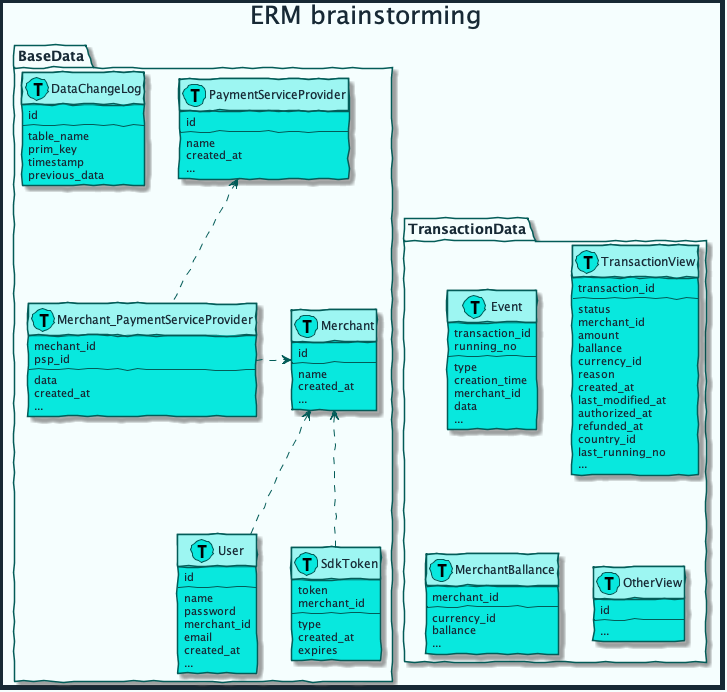
Before: diagrams/out/erm.png, a diagram exported from PlantUML (mobilabsolutions/stash-sdk-wiki).
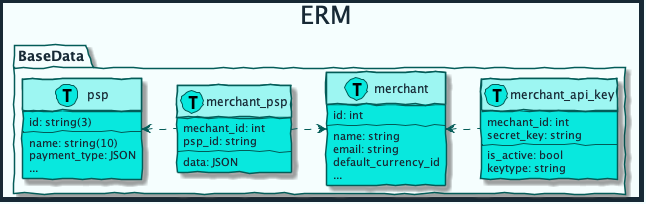
The same diagram one commit later.

Diff of the diagram source:
```diff
@@ -45,117 +45,47 @@
 skinparam TitleFontName Raleway
 skinparam TitleFontSize 25
 
-title ERM brainstorming
+title ERM
 
 package BaseData {
-
-    class User << (T, #08E8DE) >> {
-        id
+    class psp << (T, #08E8DE) >>{
+        id: string(3)
         --
-        name
-        password
-        merchant_id
-        email
-        created_at
+        name: string(10)
+        payment_type: JSON
         ...
     }
 
-    class Merchant << (T, #08E8DE) >>{
-        id
+    class merchant << (T, #08E8DE) >>{
+        id: int
         --
-        name
-        created_at
+        name: string
+        email: string
+        default_currency_id
         ...
     }
 
-    class Merchant_PaymentServiceProvider << (T, #08E8DE) >>{
-        mechant_id
-        psp_id
+    class merchant_api_key << (T, #08E8DE) >>{
+        mechant_id: int
+        secret_key: string
         --
-        data
-        created_at
-        ...
+        is_active: bool
+        keytype: string
     }
 
-    class PaymentServiceProvider << (T, #08E8DE) >>{
-        id
+    class merchant_psp << (T, #08E8DE) >>{
+        mechant_id: int
+        psp_id: string
         --
-        name
-        created_at
-        ...
+        data: JSON
     }
 
-    class DataChangeLog << (T, #08E8DE) >>{
-        id
-        --
-        table_name
-        prim_key
-        timestamp
-        previous_data
-    }
 
-    class SdkToken << (T, #08E8DE) >>{
-        token
-        merchant_id
-        --
-        type
-        created_at
-        expires
-    }
+    merchant <. merchant_api_key
+    merchant_psp .> merchant
+    psp <. merchant_psp
 
-    Merchant_PaymentServiceProvider .> Merchant
-    PaymentServiceProvider <-. Merchant_PaymentServiceProvider
-    Merchant <-. User
-    Merchant <-. SdkToken
 }
-
-package TransactionData {
-
-    class Event << (T, #08E8DE) >>{
-        transaction_id
-        running_no
-        --
-        type
-        creation_time
-        merchant_id
-        data
-        ...
-    }
-
-    class TransactionView << (T, #08E8DE) >>{
-        transaction_id
-        --
-        status
-        merchant_id
-        amount
-        ballance
-        currency_id
-        reason
-        created_at
-        last_modified_at
-        authorized_at
-        refunded_at
-        country_id
-        last_running_no
-        ...
-    }
-
-    class MerchantBallance << (T, #08E8DE) >>{
-        merchant_id
-        --
-        currency_id
-        ballance
-        ...
-    }
-
-    class OtherView << (T, #08E8DE) >>{
-        id
-        --
-        ...
-    }
-}
-
-BaseData -[hidden]- TransactionData
 
 
 @enduml
```
